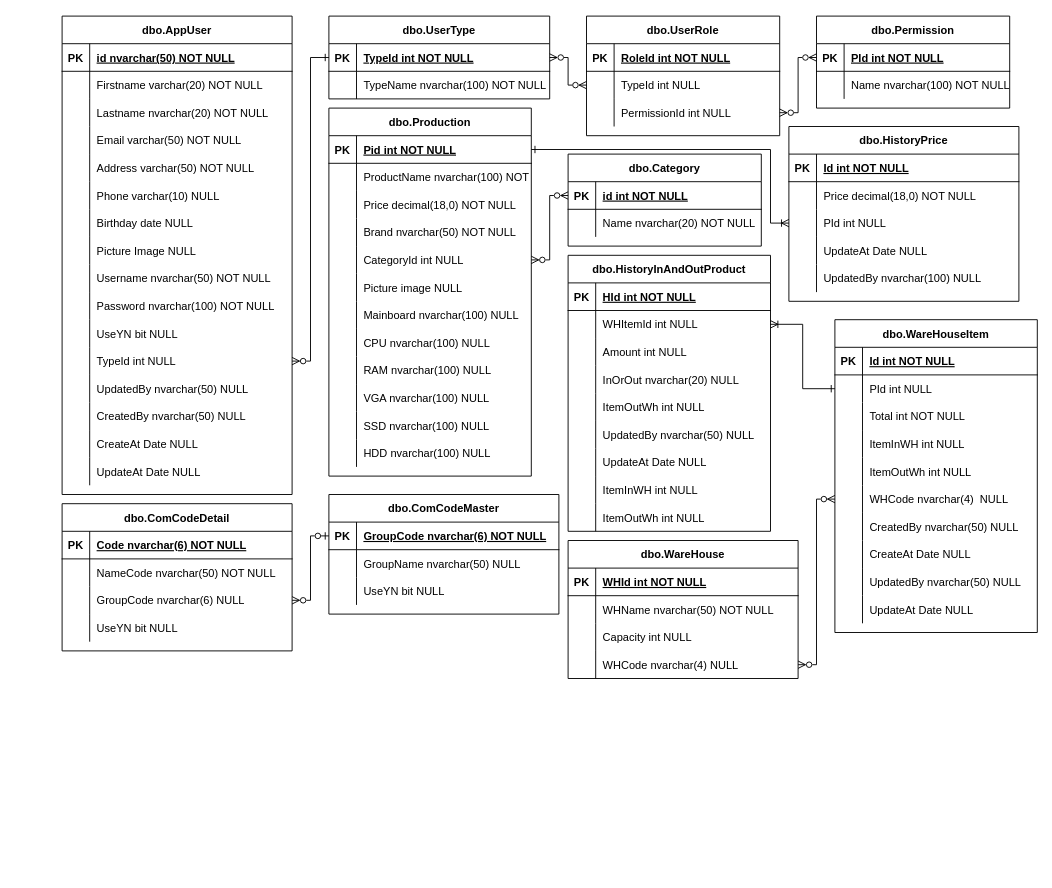
Earlier version of the draw.io diagram Untitled Diagram.drawio (danblue3/test). Source tidied: cells renumbered, new cells numbered last; positions are measured from the earlier drawing's top-left corner, leaving out a move shared by most shapes. Both pictures are drawn from the tidied source at 92%, with x=0, y=0 at pixel (62, 16).
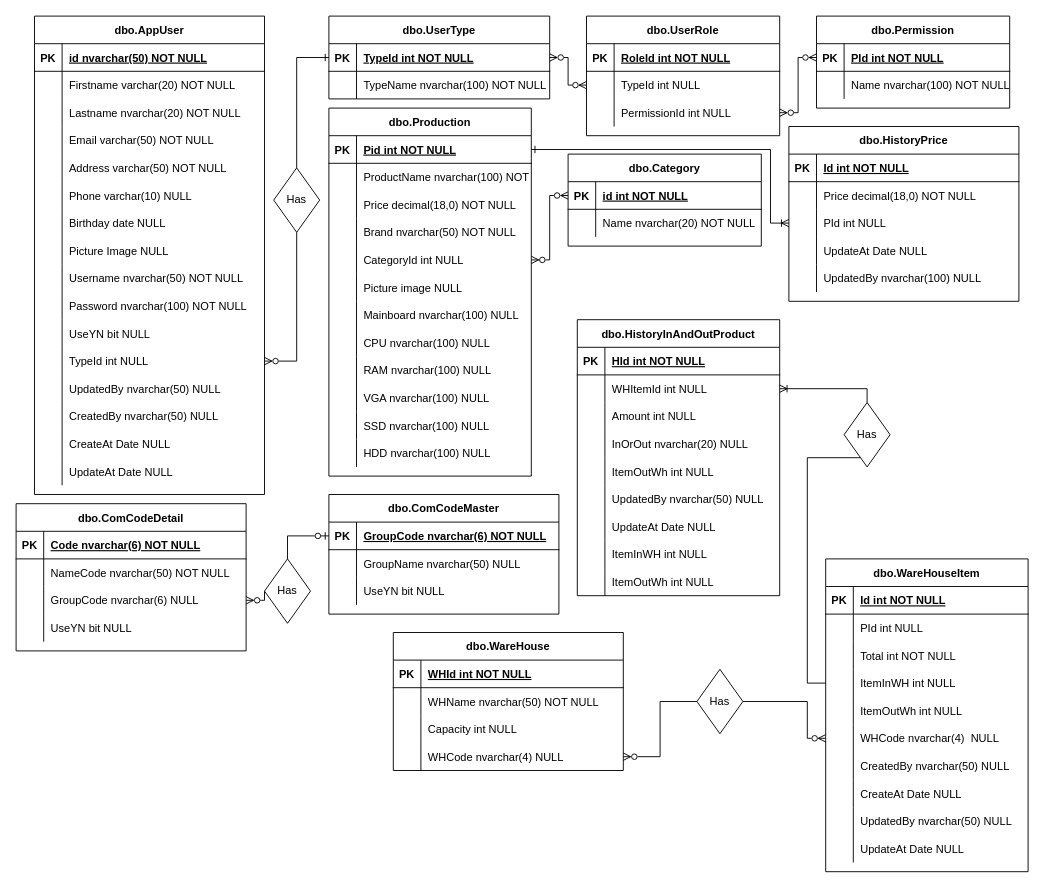
The same page after the edit.

Unchanged cells that the change refers to:
```xml
<mxCell id="11" style="shape=partialRectangle;fillColor=none;points=[[0,0.5],[1,0.5]];portConstraint=eastwest;top=0;left=0;right=0;bottom=1;" parent="10" vertex="1">
  <mxGeometry y="30" width="250" height="30" as="geometry" />
</mxCell>
<mxCell id="55" style="shape=partialRectangle;fillColor=none;points=[[0,0.5],[1,0.5]];portConstraint=eastwest;top=0;left=0;right=0;bottom=0;" parent="21" vertex="1">
  <mxGeometry y="360" width="250" height="30" as="geometry" />
</mxCell>
<mxCell id="115" style="shape=partialRectangle;fillColor=none;points=[[0,0.5],[1,0.5]];portConstraint=eastwest;top=0;left=0;right=0;bottom=1;" parent="114" vertex="1">
  <mxGeometry y="30" width="240" height="30" as="geometry" />
</mxCell>
<mxCell id="141" style="shape=partialRectangle;fillColor=none;points=[[0,0.5],[1,0.5]];portConstraint=eastwest;top=0;left=0;right=0;bottom=0;" parent="131" vertex="1">
  <mxGeometry y="120" width="250" height="30" as="geometry" />
</mxCell>
<mxCell id="151" style="shape=partialRectangle;fillColor=none;points=[[0,0.5],[1,0.5]];portConstraint=eastwest;top=0;left=0;right=0;bottom=0;" parent="144" vertex="1">
  <mxGeometry y="90" width="250" height="30" as="geometry" />
</mxCell>
<mxCell id="179" style="shape=partialRectangle;fillColor=none;points=[[0,0.5],[1,0.5]];portConstraint=eastwest;top=0;left=0;right=0;bottom=0;" parent="175" vertex="1">
  <mxGeometry y="60" width="220" height="30" as="geometry" />
</mxCell>
<mxCell id="185" style="shape=partialRectangle;fillColor=none;points=[[0,0.5],[1,0.5]];portConstraint=eastwest;top=0;left=0;right=0;bottom=0;" parent="175" vertex="1">
  <mxGeometry y="120" width="220" height="30" as="geometry" />
</mxCell>
<mxCell id="191" style="shape=partialRectangle;fillColor=none;points=[[0,0.5],[1,0.5]];portConstraint=eastwest;top=0;left=0;right=0;bottom=0;" parent="175" vertex="1">
  <mxGeometry y="180" width="220" height="30" as="geometry" />
</mxCell>
<mxCell id="210" style="shape=partialRectangle;fillColor=none;points=[[0,0.5],[1,0.5]];portConstraint=eastwest;top=0;left=0;right=0;bottom=0;" parent="206" vertex="1">
  <mxGeometry y="60" width="220" height="30" as="geometry" />
</mxCell>
```

Diff of the diagram source:
```diff
@@
-    <mxCell id="9" style="edgeStyle=orthogonalEdgeStyle;rounded=0;jettySize=auto;html=1;entryX=1;entryY=0.5;entryDx=0;entryDy=0;startArrow=ERzeroToOne;startFill=0;endArrow=ERzeroToMany;endFill=0;exitX=0;exitY=0.5;exitDx=0;exitDy=0;" parent="1" edge="1" source="11" target="151">
-      <mxGeometry relative="1" as="geometry" />
+    <mxCell id="9" style="edgeStyle=orthogonalEdgeStyle;rounded=0;jettySize=auto;html=1;entryX=1;entryY=0.5;entryDx=0;entryDy=0;startArrow=none;startFill=0;endArrow=ERzeroToMany;endFill=0;exitX=0;exitY=0.5;exitDx=0;exitDy=0;" parent="1" edge="1" source="241" target="151">
+      <mxGeometry relative="1" as="geometry">
+        <Array as="points">
+          <mxPoint x="220" y="635" />
+        </Array>
+      </mxGeometry>
     </mxCell>
@@
-    <mxCell id="20" style="edgeStyle=orthogonalEdgeStyle;rounded=0;jettySize=auto;html=1;exitX=1;exitY=0.5;exitDx=0;exitDy=0;startArrow=ERzeroToMany;startFill=0;endArrow=ERone;endFill=0;" parent="1" edge="1" source="55" target="115">
+    <mxCell id="20" style="edgeStyle=orthogonalEdgeStyle;rounded=0;jettySize=auto;html=1;exitX=1;exitY=0.5;exitDx=0;exitDy=0;startArrow=ERzeroToMany;startFill=0;endArrow=none;endFill=0;entryX=0.5;entryY=1;entryDx=0;entryDy=0;" parent="1" edge="1" source="55" target="239">
       <mxGeometry relative="1" as="geometry" />
     </mxCell>
     <mxCell id="21" value="dbo.AppUser" style="shape=table;startSize=30;childLayout=tableLayout;rowLines=0;fontStyle=1;align=center;" parent="1" vertex="1">
-      <mxGeometry width="250" height="520" as="geometry" />
+      <mxGeometry x="-30" width="250" height="520" as="geometry" />
     </mxCell>
@@
     <mxCell id="131" value="dbo.WareHouse" style="shape=table;startSize=30;childLayout=tableLayout;rowLines=0;fontStyle=1;align=center;" parent="1" vertex="1">
-      <mxGeometry x="550" y="570" width="250" height="150" as="geometry" />
+      <mxGeometry x="360" y="670" width="250" height="150" as="geometry" />
     </mxCell>
@@
     <mxCell id="144" value="dbo.ComCodeDetail" style="shape=table;startSize=30;childLayout=tableLayout;rowLines=0;fontStyle=1;align=center;" parent="1" vertex="1">
-      <mxGeometry y="530" width="250" height="160" as="geometry" />
+      <mxGeometry x="-50" y="530" width="250" height="160" as="geometry" />
     </mxCell>
@@
-    <mxCell id="174" style="edgeStyle=orthogonalEdgeStyle;rounded=0;jettySize=auto;html=1;entryX=1;entryY=0.5;entryDx=0;entryDy=0;startArrow=ERzeroToMany;startFill=0;endArrow=ERzeroToMany;endFill=0;exitX=0;exitY=0.5;exitDx=0;exitDy=0;" parent="1" edge="1" source="191" target="141">
+    <mxCell id="174" style="edgeStyle=orthogonalEdgeStyle;rounded=0;jettySize=auto;html=1;entryX=1;entryY=0.5;entryDx=0;entryDy=0;startArrow=none;startFill=0;endArrow=ERzeroToMany;endFill=0;exitX=0;exitY=0.5;exitDx=0;exitDy=0;" parent="1" edge="1" source="242" target="141">
       <mxGeometry relative="1" as="geometry" />
     </mxCell>
     <mxCell id="175" value="dbo.WareHouseItem" style="shape=table;startSize=30;childLayout=tableLayout;rowLines=0;fontStyle=1;align=center;" parent="1" vertex="1">
-      <mxGeometry x="840" y="330" width="220" height="340" as="geometry" />
+      <mxGeometry x="830" y="590" width="220" height="340" as="geometry" />
     </mxCell>
@@
     <mxCell id="206" value="dbo.HistoryInAndOutProduct" style="shape=table;startSize=30;childLayout=tableLayout;rowLines=0;fontStyle=1;align=center;" parent="1" vertex="1">
-      <mxGeometry x="550" y="260" width="220" height="300" as="geometry" />
+      <mxGeometry x="560" y="330" width="220" height="300" as="geometry" />
     </mxCell>
@@
-    <mxCell id="237" style="edgeStyle=orthogonalEdgeStyle;rounded=0;jettySize=auto;html=1;entryX=1;entryY=0.5;entryDx=0;entryDy=0;startArrow=ERone;startFill=0;endArrow=ERoneToMany;endFill=0;" parent="1" edge="1" source="179" target="210">
-      <mxGeometry relative="1" as="geometry" />
+    <mxCell id="237" style="edgeStyle=orthogonalEdgeStyle;rounded=0;jettySize=auto;html=1;entryX=1;entryY=0.5;entryDx=0;entryDy=0;startArrow=none;startFill=0;endArrow=ERoneToMany;endFill=0;exitX=0.5;exitY=0;exitDx=0;exitDy=0;" parent="1" edge="1" source="245" target="210">
+      <mxGeometry relative="1" as="geometry">
+        <Array as="points">
+          <mxPoint x="875" y="405" />
+        </Array>
+      </mxGeometry>
     </mxCell>
+    <mxCell id="238" style="edgeStyle=orthogonalEdgeStyle;rounded=0;jettySize=auto;html=1;entryX=0;entryY=0.5;entryDx=0;entryDy=0;endArrow=ERone;endFill=0;" parent="1" edge="1" source="239" target="115">
+      <mxGeometry relative="1" as="geometry" />
+    </mxCell>
+    <mxCell id="239" value="Has" style="rhombus;whiteSpace=wrap;html=1;" parent="1" vertex="1">
+      <mxGeometry x="230" y="165" width="50" height="70" as="geometry" />
+    </mxCell>
+    <mxCell id="240" style="edgeStyle=orthogonalEdgeStyle;rounded=0;jettySize=auto;html=1;entryX=0;entryY=0.5;entryDx=0;entryDy=0;endArrow=ERzeroToOne;endFill=0;" parent="1" edge="1" source="241" target="11">
+      <mxGeometry relative="1" as="geometry" />
+    </mxCell>
+    <mxCell id="241" value="Has" style="rhombus;whiteSpace=wrap;html=1;" parent="1" vertex="1">
+      <mxGeometry x="220" y="590" width="50" height="70" as="geometry" />
+    </mxCell>
+    <mxCell id="242" value="Has" style="rhombus;whiteSpace=wrap;html=1;" parent="1" vertex="1">
+      <mxGeometry x="690" y="710" width="50" height="70" as="geometry" />
+    </mxCell>
+    <mxCell id="243" style="edgeStyle=orthogonalEdgeStyle;rounded=0;jettySize=auto;html=1;entryX=1;entryY=0.5;entryDx=0;entryDy=0;startArrow=ERzeroToMany;startFill=0;endArrow=none;endFill=0;exitX=0;exitY=0.5;exitDx=0;exitDy=0;" parent="1" edge="1" source="191" target="242">
+      <mxGeometry relative="1" as="geometry">
+        <Array as="points">
+          <mxPoint x="810" y="785" />
+          <mxPoint x="810" y="745" />
+        </Array>
+      </mxGeometry>
+    </mxCell>
+    <mxCell id="244" style="edgeStyle=orthogonalEdgeStyle;rounded=0;jettySize=auto;html=1;startArrow=none;startFill=0;endArrow=none;endFill=0;" parent="1" edge="1" source="245" target="185">
+      <mxGeometry relative="1" as="geometry">
+        <Array as="points">
+          <mxPoint x="810" y="480" />
+          <mxPoint x="810" y="725" />
+        </Array>
+      </mxGeometry>
+    </mxCell>
+    <mxCell id="245" value="Has" style="rhombus;whiteSpace=wrap;html=1;" parent="1" vertex="1">
+      <mxGeometry x="850" y="420" width="50" height="70" as="geometry" />
+    </mxCell>
```
